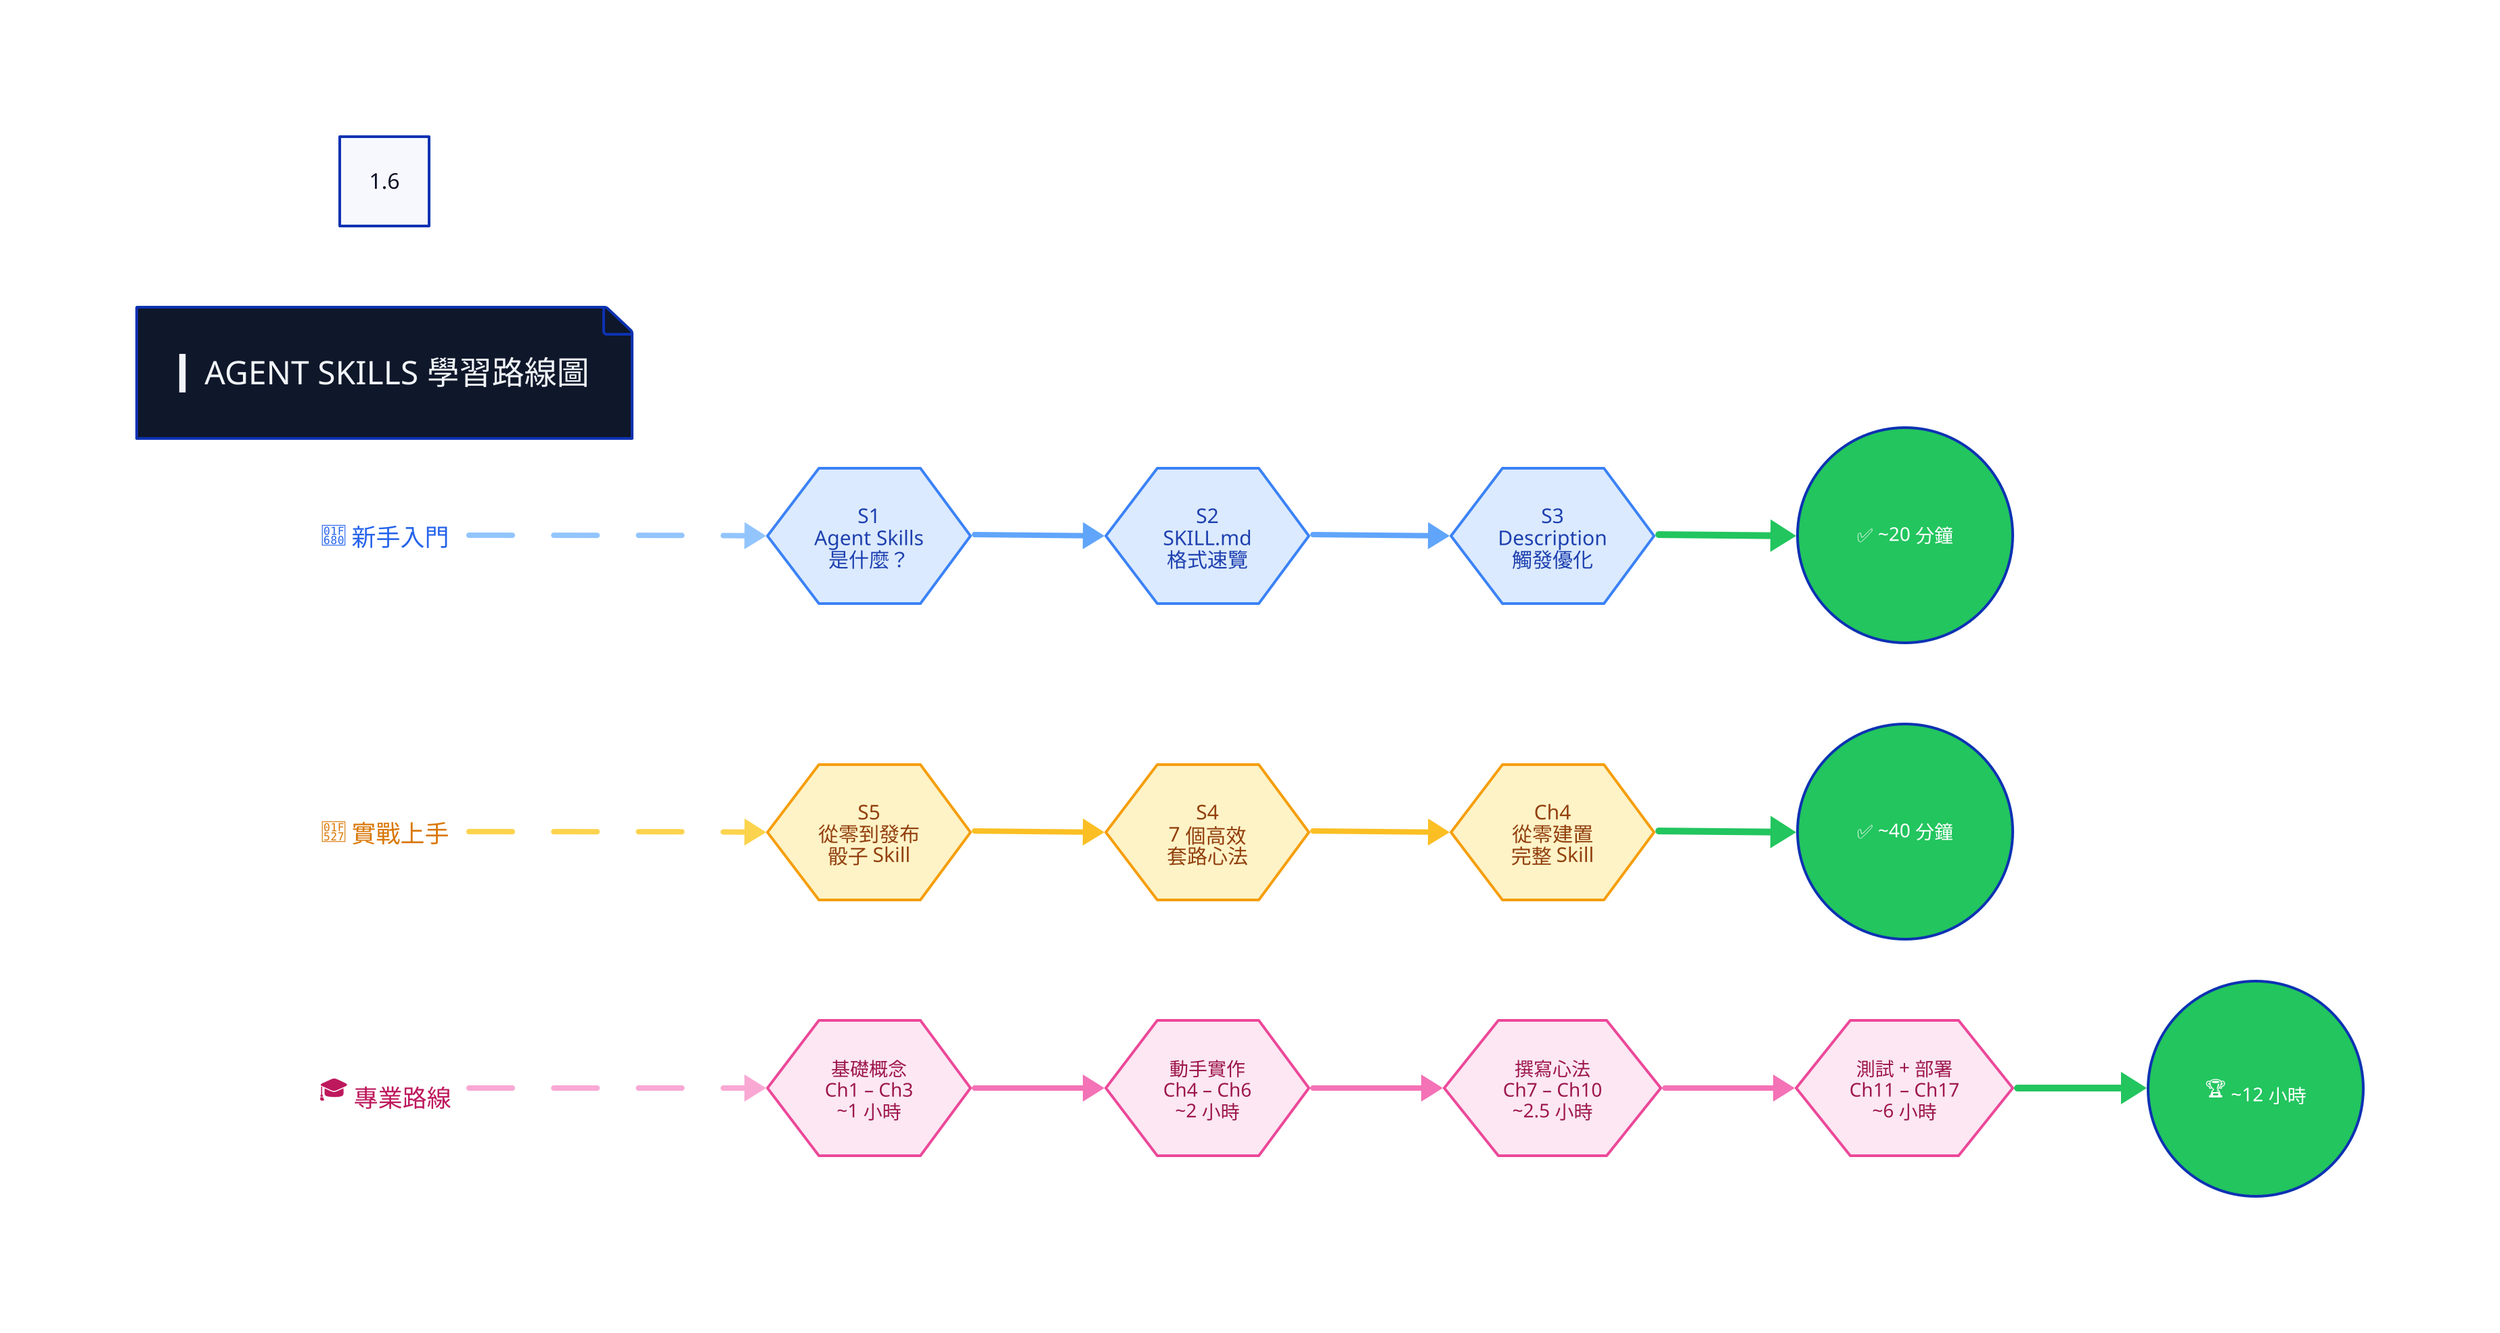
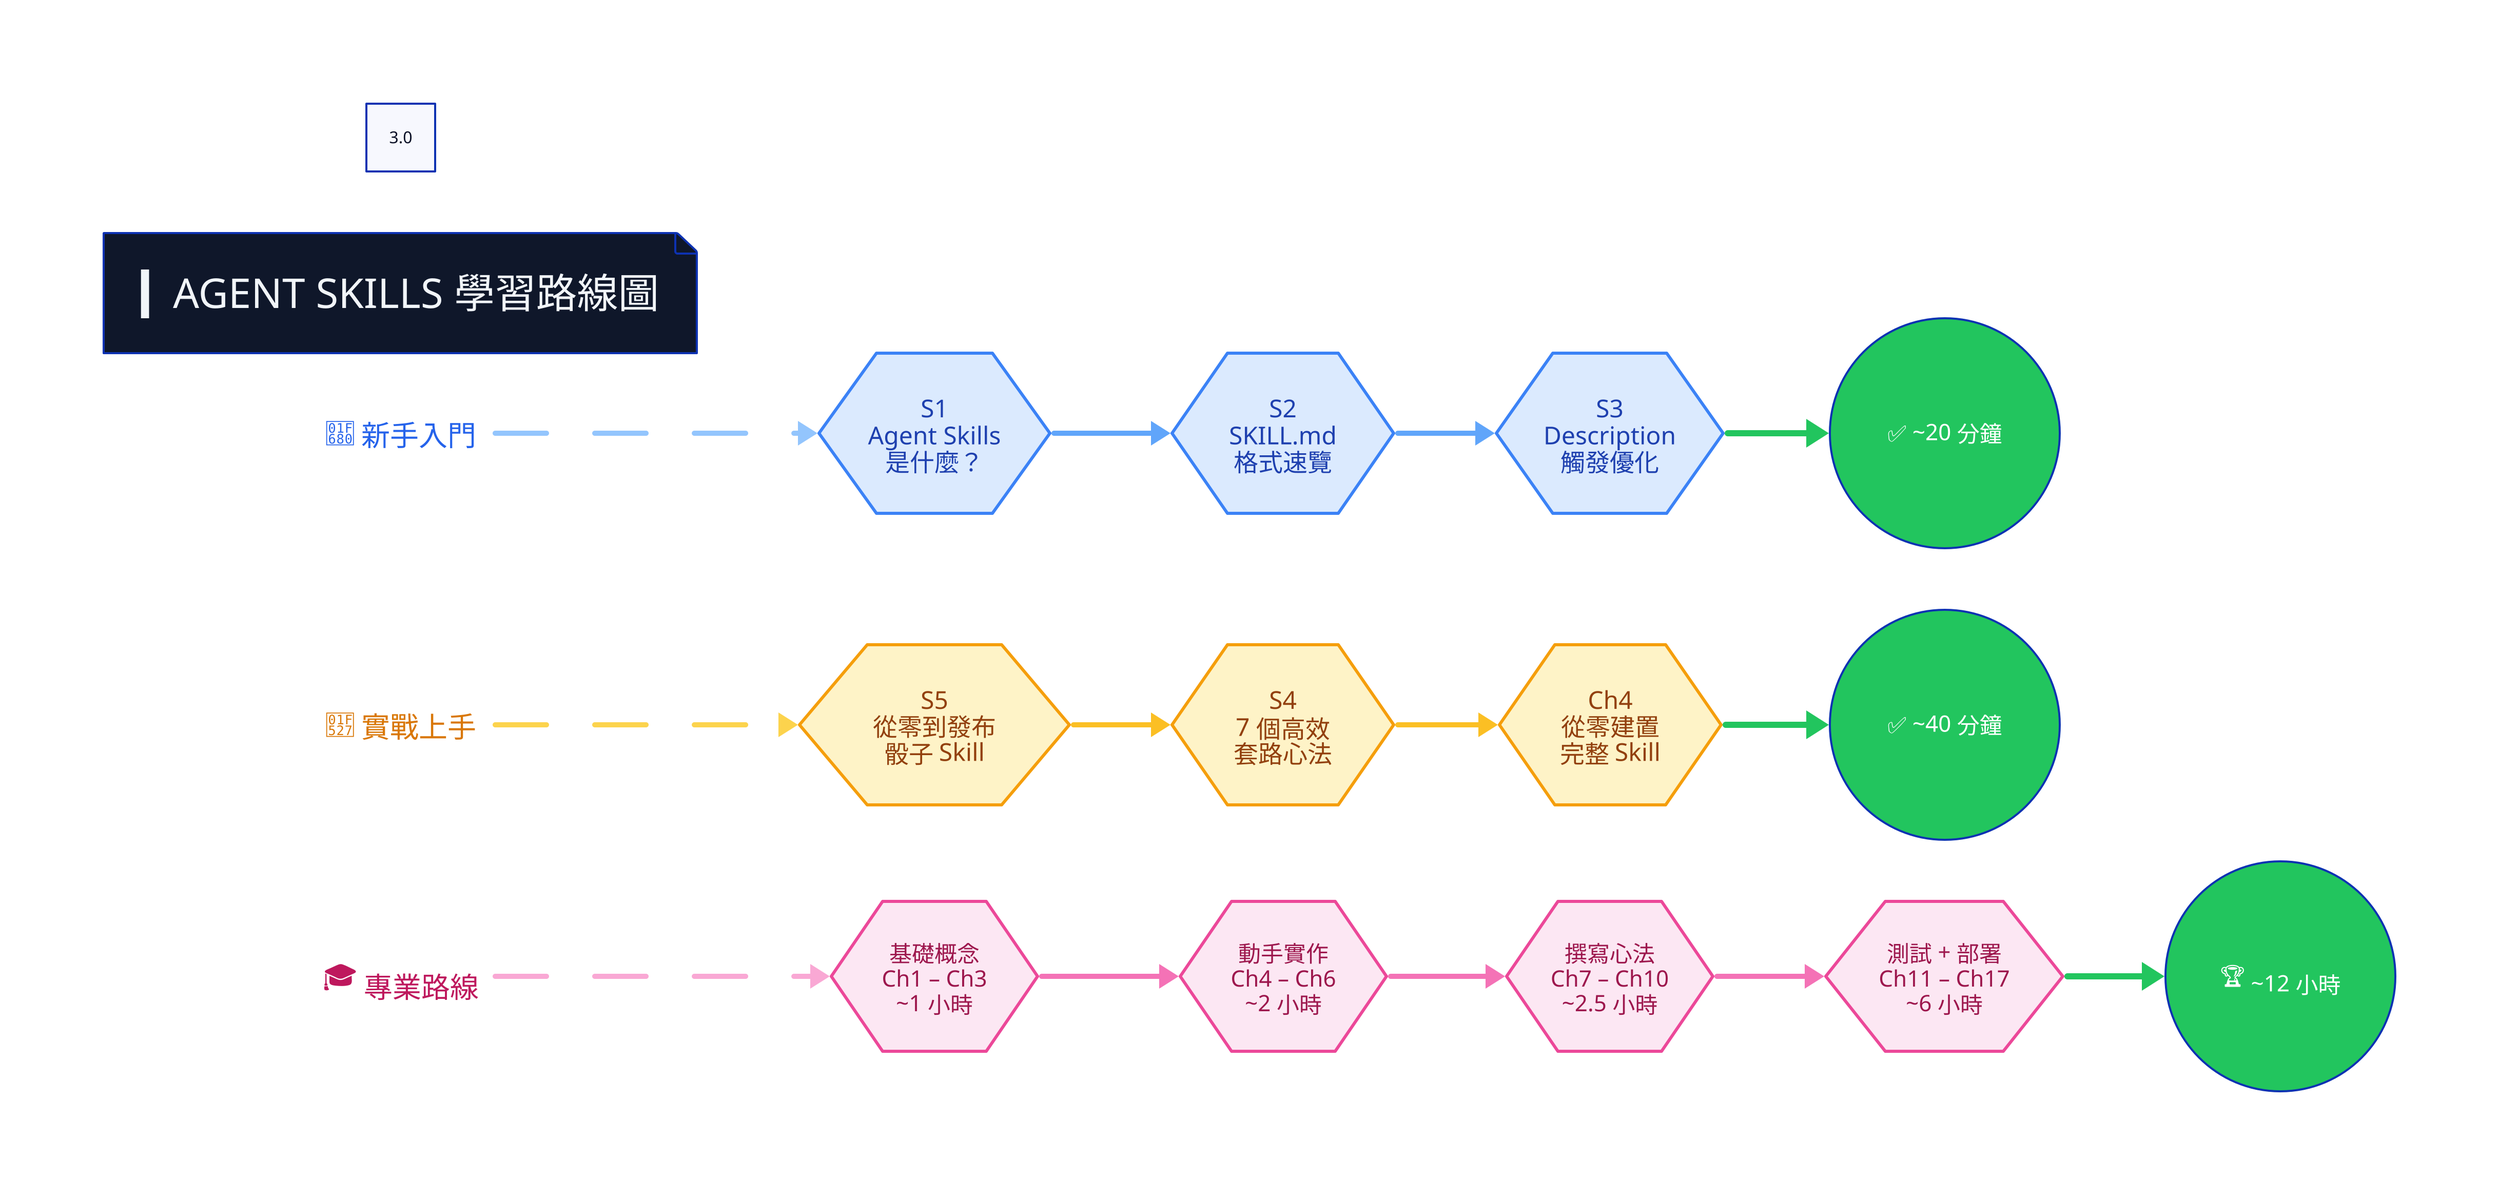
direction: right
- scale: 1.6
+ scale: 3.0

title: {
  label: "▎AGENT SKILLS 學習路線圖"
  shape: page
  style.fill: "#0f172a"
  style.font-color: "#f1f5f9"
-   style.font-size: 24
+   style.font-size: 40
  style.bold: true
}

# ═══ Lane 1: 新手藍 ═══
L1_label: {
  label: "🚀 新手入門"
-   style.font-size: 18
+   style.font-size: 28
  style.font-color: "#2563eb"
  style.bold: true
  shape: text
}
L1_label -> L1_S1: {
  style.stroke: "#93c5fd"
-   style.stroke-width: 4
-   style.stroke-dash: 8
+   style.stroke-width: 5
+   style.stroke-dash: 10
}
L1_S1: {
  label: "S1\nAgent Skills\n是什麼？"
  shape: hexagon
-   style.fill: "#dbeafe"
-   style.stroke: "#3b82f6"
-   style.stroke-width: 2
-   style.font-color: "#1e40af"
-   style.font-size: 15
-   style.bold: true
-   width: 150
-   height: 100
+   style.fill: "#dbeafe"; style.stroke: "#3b82f6"; style.stroke-width: 3
+   style.font-color: "#1e40af"; style.font-size: 24; style.bold: true
}
- L1_S1 -> L1_S2: { style.stroke: "#60a5fa"; style.stroke-width: 4 }
+ L1_S1 -> L1_S2: { style.stroke: "#60a5fa"; style.stroke-width: 5 }
L1_S2: {
  label: "S2\nSKILL.md\n格式速覽"
  shape: hexagon
-   style.fill: "#dbeafe"; style.stroke: "#3b82f6"; style.stroke-width: 2
-   style.font-color: "#1e40af"; style.font-size: 15
-   width: 150; height: 100
+   style.fill: "#dbeafe"; style.stroke: "#3b82f6"; style.stroke-width: 3
+   style.font-color: "#1e40af"; style.font-size: 24; style.bold: true
}
- L1_S2 -> L1_S3: { style.stroke: "#60a5fa"; style.stroke-width: 4 }
+ L1_S2 -> L1_S3: { style.stroke: "#60a5fa"; style.stroke-width: 5 }
L1_S3: {
  label: "S3\nDescription\n觸發優化"
  shape: hexagon
-   style.fill: "#dbeafe"; style.stroke: "#3b82f6"; style.stroke-width: 2
-   style.font-color: "#1e40af"; style.font-size: 15
-   width: 150; height: 100
+   style.fill: "#dbeafe"; style.stroke: "#3b82f6"; style.stroke-width: 3
+   style.font-color: "#1e40af"; style.font-size: 24; style.bold: true
}
- L1_S3 -> L1_DONE: { style.stroke: "#22c55e"; style.stroke-width: 5 }
+ L1_S3 -> L1_DONE: { style.stroke: "#22c55e"; style.stroke-width: 6 }
L1_DONE: {
  label: "✅ ~20 分鐘"
  shape: circle
-   style.fill: "#22c55e"; style.font-color: "white";
-   style.font-size: 14; style.bold: true
+   style.fill: "#22c55e"; style.font-color: "white"
+   style.font-size: 22; style.bold: true
}

# ═══ Lane 2: 實戰黃 ═══
L2_label: {
  label: "🔧 實戰上手"
-   style.font-size: 18; style.font-color: "#d97706"; style.bold: true
+   style.font-size: 28; style.font-color: "#d97706"; style.bold: true
  shape: text
}
L2_label -> L2_S1: {
-   style.stroke: "#fcd34d"; style.stroke-width: 4; style.stroke-dash: 8
+   style.stroke: "#fcd34d"; style.stroke-width: 5; style.stroke-dash: 10
}
L2_S1: {
  label: "S5\n從零到發布\n骰子 Skill"
  shape: hexagon
-   style.fill: "#fef3c7"; style.stroke: "#f59e0b"; style.stroke-width: 2
-   style.font-color: "#92400e"; style.font-size: 15; style.bold: true
-   width: 150; height: 100
+   style.fill: "#fef3c7"; style.stroke: "#f59e0b"; style.stroke-width: 3
+   style.font-color: "#92400e"; style.font-size: 24; style.bold: true
}
- L2_S1 -> L2_S2: { style.stroke: "#fbbf24"; style.stroke-width: 4 }
+ L2_S1 -> L2_S2: { style.stroke: "#fbbf24"; style.stroke-width: 5 }
L2_S2: {
  label: "S4\n7 個高效\n套路心法"
  shape: hexagon
-   style.fill: "#fef3c7"; style.stroke: "#f59e0b"; style.stroke-width: 2
-   style.font-color: "#92400e"; style.font-size: 15
-   width: 150; height: 100
+   style.fill: "#fef3c7"; style.stroke: "#f59e0b"; style.stroke-width: 3
+   style.font-color: "#92400e"; style.font-size: 24; style.bold: true
}
- L2_S2 -> L2_S3: { style.stroke: "#fbbf24"; style.stroke-width: 4 }
+ L2_S2 -> L2_S3: { style.stroke: "#fbbf24"; style.stroke-width: 5 }
L2_S3: {
  label: "Ch4\n從零建置\n完整 Skill"
  shape: hexagon
-   style.fill: "#fef3c7"; style.stroke: "#f59e0b"; style.stroke-width: 2
-   style.font-color: "#92400e"; style.font-size: 15
-   width: 150; height: 100
+   style.fill: "#fef3c7"; style.stroke: "#f59e0b"; style.stroke-width: 3
+   style.font-color: "#92400e"; style.font-size: 24; style.bold: true
}
- L2_S3 -> L2_DONE: { style.stroke: "#22c55e"; style.stroke-width: 5 }
+ L2_S3 -> L2_DONE: { style.stroke: "#22c55e"; style.stroke-width: 6 }
L2_DONE: {
  label: "✅ ~40 分鐘"
  shape: circle
-   style.fill: "#22c55e"; style.font-color: "white";
-   style.font-size: 14; style.bold: true
+   style.fill: "#22c55e"; style.font-color: "white"
+   style.font-size: 22; style.bold: true
}

# ═══ Lane 3: 專家粉 ═══
L3_label: {
  label: "🎓 專業路線"
-   style.font-size: 18; style.font-color: "#be185d"; style.bold: true
+   style.font-size: 28; style.font-color: "#be185d"; style.bold: true
  shape: text
}
L3_label -> L3_S1: {
-   style.stroke: "#f9a8d4"; style.stroke-width: 4; style.stroke-dash: 8
+   style.stroke: "#f9a8d4"; style.stroke-width: 5; style.stroke-dash: 10
}
L3_S1: {
  label: "基礎概念\nCh1 – Ch3\n~1 小時"
  shape: hexagon
-   style.fill: "#fce7f3"; style.stroke: "#ec4899"; style.stroke-width: 2
-   style.font-color: "#9d174d"; style.font-size: 14
-   width: 150; height: 100
+   style.fill: "#fce7f3"; style.stroke: "#ec4899"; style.stroke-width: 3
+   style.font-color: "#9d174d"; style.font-size: 22; style.bold: true
}
- L3_S1 -> L3_S2: { style.stroke: "#f472b6"; style.stroke-width: 4 }
+ L3_S1 -> L3_S2: { style.stroke: "#f472b6"; style.stroke-width: 5 }
L3_S2: {
  label: "動手實作\nCh4 – Ch6\n~2 小時"
  shape: hexagon
-   style.fill: "#fce7f3"; style.stroke: "#ec4899"; style.stroke-width: 2
-   style.font-color: "#9d174d"; style.font-size: 14
-   width: 150; height: 100
+   style.fill: "#fce7f3"; style.stroke: "#ec4899"; style.stroke-width: 3
+   style.font-color: "#9d174d"; style.font-size: 22; style.bold: true
}
- L3_S2 -> L3_S3: { style.stroke: "#f472b6"; style.stroke-width: 4 }
+ L3_S2 -> L3_S3: { style.stroke: "#f472b6"; style.stroke-width: 5 }
L3_S3: {
  label: "撰寫心法\nCh7 – Ch10\n~2.5 小時"
  shape: hexagon
-   style.fill: "#fce7f3"; style.stroke: "#ec4899"; style.stroke-width: 2
-   style.font-color: "#9d174d"; style.font-size: 14
-   width: 160; height: 100
+   style.fill: "#fce7f3"; style.stroke: "#ec4899"; style.stroke-width: 3
+   style.font-color: "#9d174d"; style.font-size: 22; style.bold: true
}
- L3_S3 -> L3_S4: { style.stroke: "#f472b6"; style.stroke-width: 4 }
+ L3_S3 -> L3_S4: { style.stroke: "#f472b6"; style.stroke-width: 5 }
L3_S4: {
  label: "測試 + 部署\nCh11 – Ch17\n~6 小時"
  shape: hexagon
-   style.fill: "#fce7f3"; style.stroke: "#ec4899"; style.stroke-width: 2
-   style.font-color: "#9d174d"; style.font-size: 14
-   width: 160; height: 100
+   style.fill: "#fce7f3"; style.stroke: "#ec4899"; style.stroke-width: 3
+   style.font-color: "#9d174d"; style.font-size: 22; style.bold: true
}
- L3_S4 -> L3_DONE: { style.stroke: "#22c55e"; style.stroke-width: 5 }
+ L3_S4 -> L3_DONE: { style.stroke: "#22c55e"; style.stroke-width: 6 }
L3_DONE: {
  label: "🏆 ~12 小時"
  shape: circle
-   style.fill: "#22c55e"; style.font-color: "white";
-   style.font-size: 14; style.bold: true
+   style.fill: "#22c55e"; style.font-color: "white"
+   style.font-size: 22; style.bold: true
}
